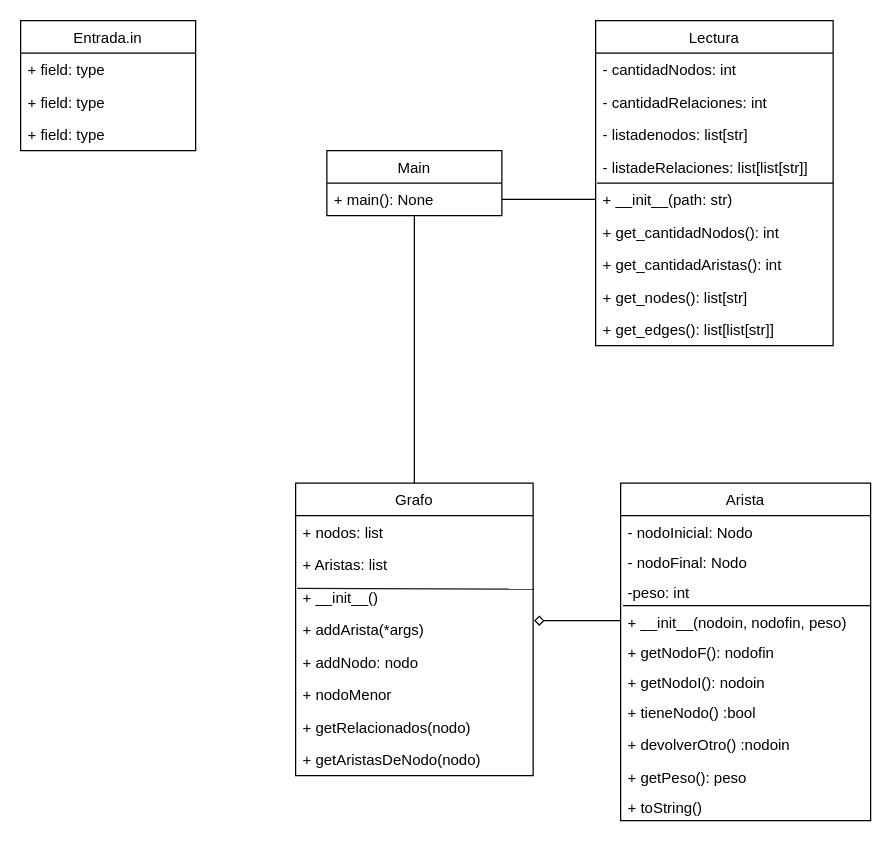
This is DatosDelProyecto/Diagrama POO2.drawio from InMunken/PedidorDeFavores, a draw.io file, before an edit. Source tidied: cells renumbered, new cells numbered last; positions are measured from the earlier drawing's top-left corner, leaving out a move shared by most shapes. Both pictures are drawn from the tidied source at 125%, with x=0, y=0 at pixel (20, 20).
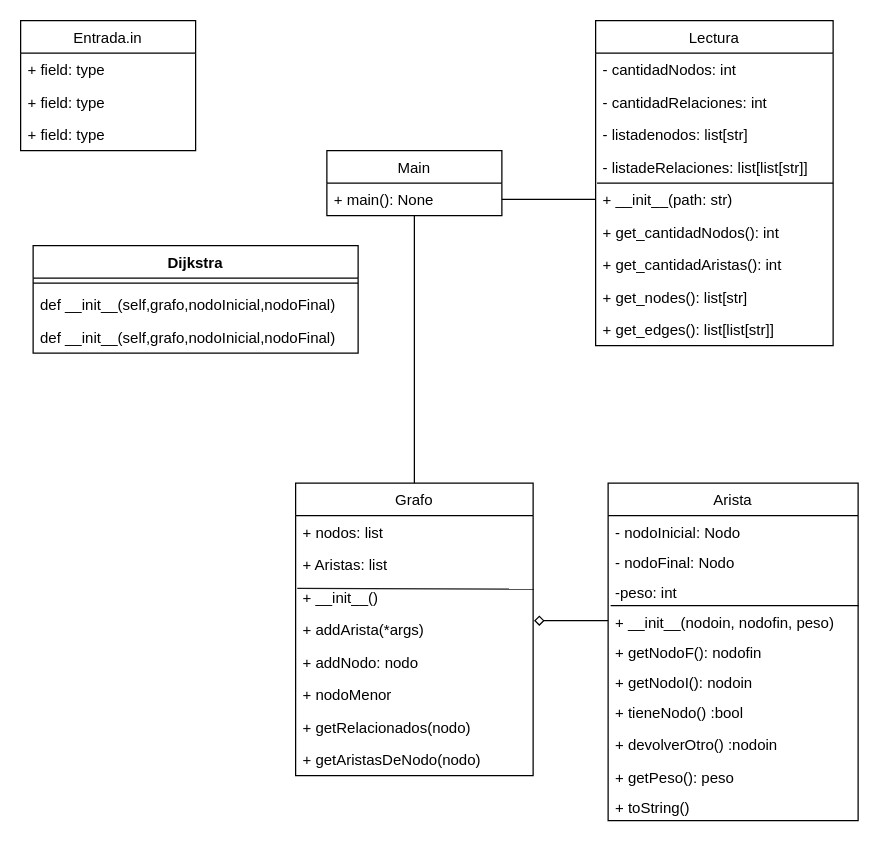
Above is the later version.

Diff of the diagram source:
```diff
@@
     <mxCell id="13" value="Arista" style="swimlane;fontStyle=0;horizontal=1;startSize=26;fillColor=none;" parent="1" vertex="1">
-      <mxGeometry x="480" y="370" width="200" height="270" as="geometry" />
+      <mxGeometry x="470" y="370" width="200" height="270" as="geometry" />
     </mxCell>
@@
+    <mxCell id="44" value="Dijkstra" style="swimlane;fontStyle=1;align=center;verticalAlign=top;horizontal=1;startSize=26;" parent="1" vertex="1">
+      <mxGeometry x="10" y="180" width="260" height="86" as="geometry" />
+    </mxCell>
+    <mxCell id="45" style="line;strokeWidth=1;fillColor=none;align=left;verticalAlign=middle;spacingTop=-1;spacingLeft=3;spacingRight=3;labelPosition=right;strokeColor=inherit;" parent="44" vertex="1">
+      <mxGeometry y="26" width="260" height="8" as="geometry" />
+    </mxCell>
+    <mxCell id="46" value="def __init__(self,grafo,nodoInicial,nodoFinal)" style="text;strokeColor=none;fillColor=none;align=left;verticalAlign=top;spacingLeft=4;spacingRight=4;overflow=hidden;" parent="44" vertex="1">
+      <mxGeometry y="34" width="260" height="26" as="geometry" />
+    </mxCell>
+    <mxCell id="47" value="def __init__(self,grafo,nodoInicial,nodoFinal)" style="text;strokeColor=none;fillColor=none;align=left;verticalAlign=top;spacingLeft=4;spacingRight=4;overflow=hidden;" parent="44" vertex="1">
+      <mxGeometry y="60" width="260" height="26" as="geometry" />
+    </mxCell>
```
